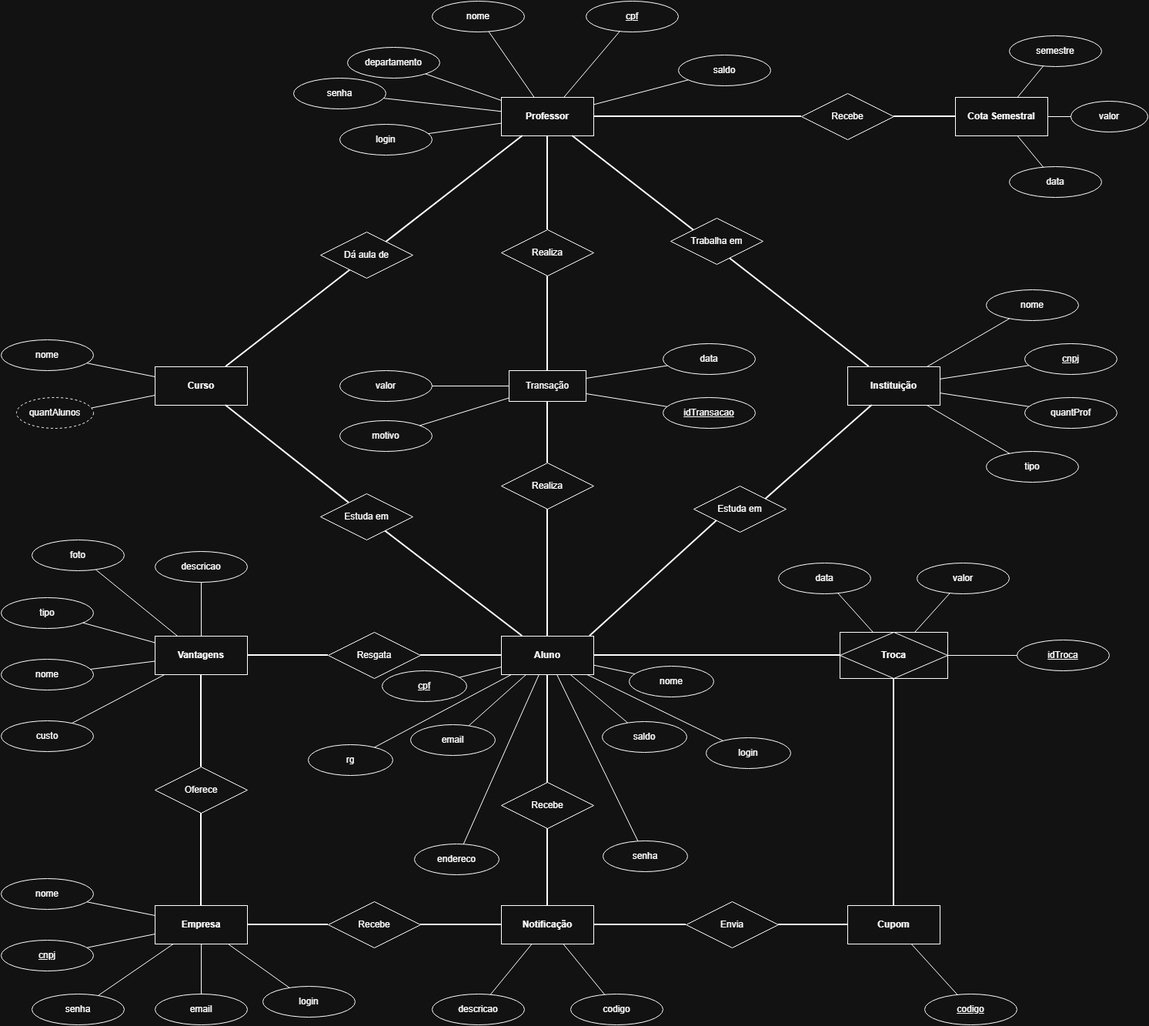
catmaitachi/egon keeps this draw.io diagram as docs/Sprint 2/Mer.drawio.png. Above is the earlier version. Source tidied: cells renumbered, new cells last; positions are measured from the earlier drawing's top-left corner, leaving out a move shared by most shapes.
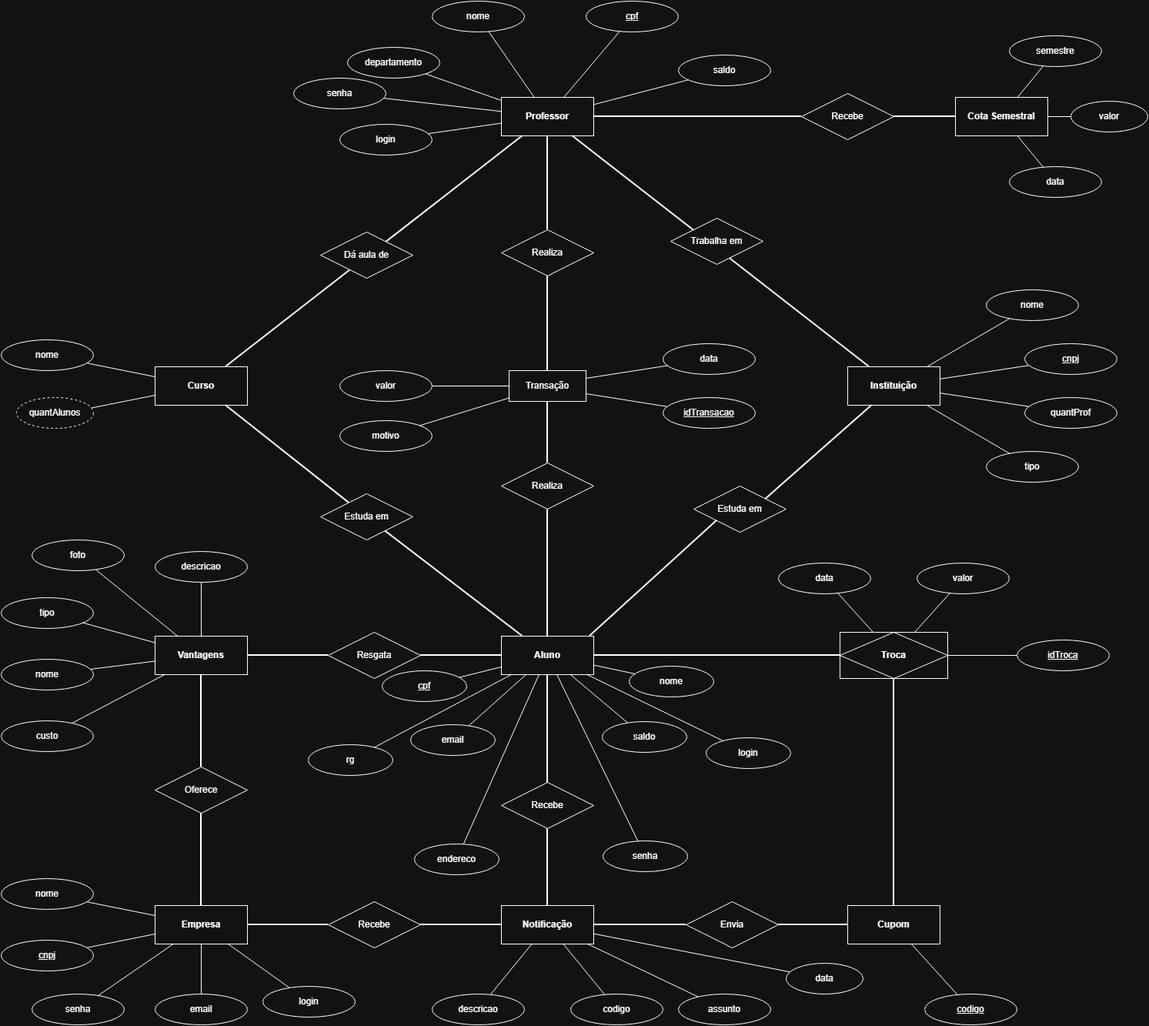
After the change.

Change to the diagram source:
```diff
@@ -398,11 +398,23 @@
     <mxCell id="131" style="endArrow=none;html=1;rounded=0;" parent="1" edge="1" source="7" target="130">
       <mxGeometry relative="1" as="geometry" />
     </mxCell>
-    <mxCell id="132" value="motivo" style="ellipse;whiteSpace=wrap;html=1;align=center;" parent="1" vertex="1">
-      <mxGeometry x="440" y="545" width="120" height="40" as="geometry" />
+    <mxCell id="132" value="assunto" style="ellipse;whiteSpace=wrap;html=1;align=center;" parent="1" vertex="1">
+      <mxGeometry x="880" y="1290" width="120" height="40" as="geometry" />
     </mxCell>
-    <mxCell id="133" style="endArrow=none;html=1;rounded=0;" parent="1" edge="1" source="95" target="132">
+    <mxCell id="133" style="endArrow=none;html=1;rounded=0;" parent="1" edge="1" source="9" target="132">
       <mxGeometry relative="1" as="geometry" />
     </mxCell>
+    <mxCell id="134" value="data" style="ellipse;whiteSpace=wrap;html=1;align=center;" parent="1" vertex="1">
+      <mxGeometry x="1020" y="1250" width="100" height="40" as="geometry" />
+    </mxCell>
+    <mxCell id="135" style="endArrow=none;html=1;rounded=0;" parent="1" edge="1" source="9" target="134">
+      <mxGeometry relative="1" as="geometry" />
+    </mxCell>
+    <mxCell id="136" value="motivo" style="ellipse;whiteSpace=wrap;html=1;align=center;" parent="1" vertex="1">
+      <mxGeometry x="440" y="545" width="120" height="40" as="geometry" />
+    </mxCell>
+    <mxCell id="137" style="endArrow=none;html=1;rounded=0;" parent="1" edge="1" source="95" target="136">
+      <mxGeometry relative="1" as="geometry" />
+    </mxCell>
   </root>
 </mxGraphModel>
```
